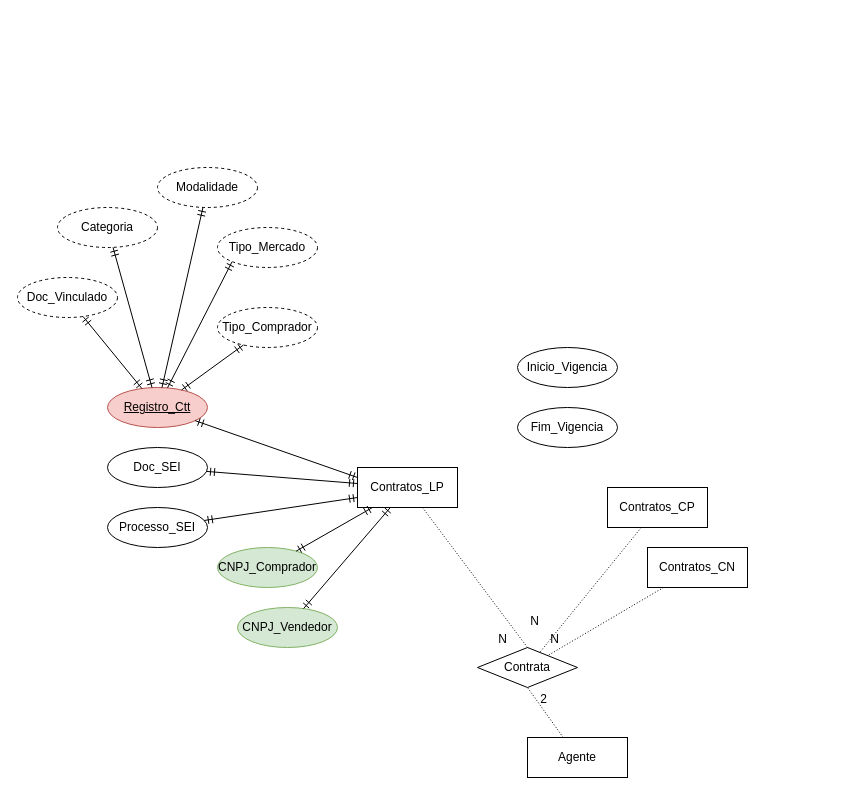
Before: Untitled Diagram.drawio in sinistroman/sinistroman, a draw.io diagram. Source tidied: cells renumbered, new cells numbered last; positions are measured from the earlier drawing's top-left corner, leaving out a move shared by most shapes. Both pictures are drawn from the tidied source at 100%, with x=0, y=0 at pixel (17, 167).
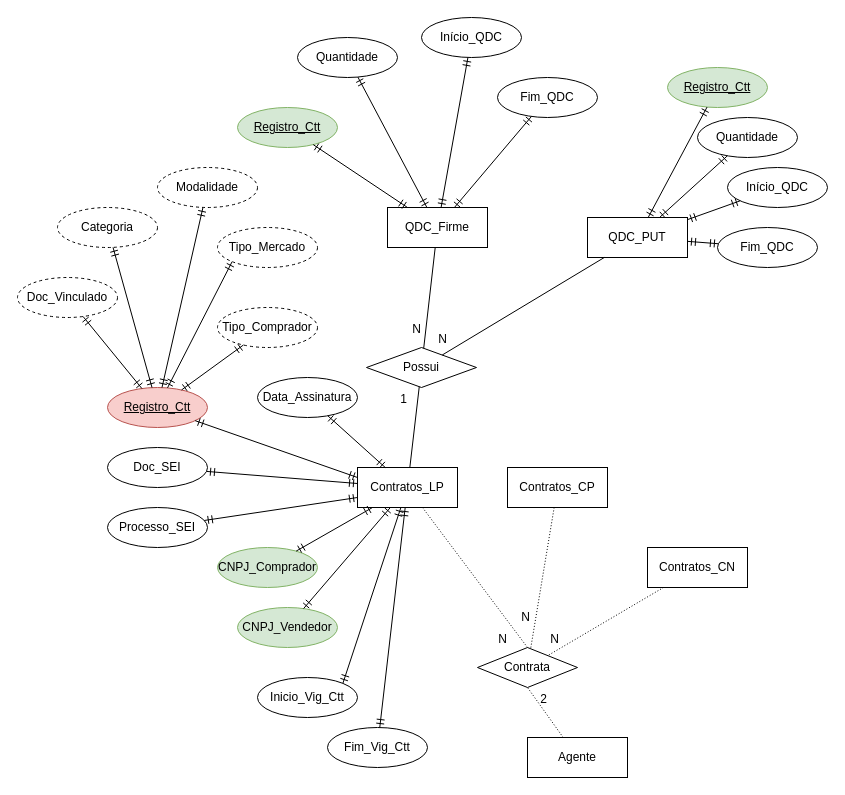
Above is the later version.

Unchanged cells that the change refers to:
```xml
<mxCell id="8" value="Contratos_LP" style="whiteSpace=wrap;html=1;align=center;" parent="1" vertex="1">
  <mxGeometry x="340" y="300" width="100" height="40" as="geometry" />
</mxCell>
```

What changed in the source:
```diff
@@
     <mxCell id="9" value="Contratos_CP" style="whiteSpace=wrap;html=1;align=center;" parent="1" vertex="1">
-      <mxGeometry x="590" y="320" width="100" height="40" as="geometry" />
+      <mxGeometry x="490" y="300" width="100" height="40" as="geometry" />
     </mxCell>
@@
-    <mxCell id="21" value="Inicio_Vigencia" style="ellipse;whiteSpace=wrap;html=1;align=center;" parent="1" vertex="1">
-      <mxGeometry x="500" y="180" width="100" height="40" as="geometry" />
+    <mxCell id="21" value="Inicio_Vig_Ctt" style="ellipse;whiteSpace=wrap;html=1;align=center;" parent="1" vertex="1">
+      <mxGeometry x="240" y="510" width="100" height="40" as="geometry" />
     </mxCell>
-    <mxCell id="22" value="Fim_Vigencia" style="ellipse;whiteSpace=wrap;html=1;align=center;" parent="1" vertex="1">
-      <mxGeometry x="500" y="240" width="100" height="40" as="geometry" />
+    <mxCell id="22" value="Fim_Vig_Ctt" style="ellipse;whiteSpace=wrap;html=1;align=center;" parent="1" vertex="1">
+      <mxGeometry x="310" y="560" width="100" height="40" as="geometry" />
     </mxCell>
@@
+    <mxCell id="37" value="Data_Assinatura" style="ellipse;whiteSpace=wrap;html=1;align=center;" parent="1" vertex="1">
+      <mxGeometry x="240" y="210" width="100" height="40" as="geometry" />
+    </mxCell>
+    <mxCell id="38" style="fontSize=12;html=1;endArrow=ERmandOne;startArrow=ERmandOne;rounded=0;" parent="1" edge="1" source="8" target="37">
+      <mxGeometry relative="1" as="geometry" />
+    </mxCell>
+    <mxCell id="39" value="Possui" style="shape=rhombus;perimeter=rhombusPerimeter;whiteSpace=wrap;html=1;align=center;" parent="1" vertex="1">
+      <mxGeometry x="349" y="180" width="110" height="40" as="geometry" />
+    </mxCell>
+    <mxCell id="40" value="QDC_Firme" style="whiteSpace=wrap;html=1;align=center;" parent="1" vertex="1">
+      <mxGeometry x="370" y="40" width="100" height="40" as="geometry" />
+    </mxCell>
+    <mxCell id="41" value="QDC_PUT" style="whiteSpace=wrap;html=1;align=center;" parent="1" vertex="1">
+      <mxGeometry x="570" y="50" width="100" height="40" as="geometry" />
+    </mxCell>
+    <mxCell id="42" style="fontSize=12;html=1;endArrow=ERmandOne;startArrow=ERmandOne;rounded=0;exitX=1;exitY=0;exitDx=0;exitDy=0;" parent="1" edge="1" source="21" target="8">
+      <mxGeometry relative="1" as="geometry" />
+    </mxCell>
+    <mxCell id="43" style="fontSize=12;html=1;endArrow=ERmandOne;startArrow=ERmandOne;rounded=0;" parent="1" edge="1" source="22" target="8">
+      <mxGeometry relative="1" as="geometry" />
+    </mxCell>
+    <mxCell id="44" style="endArrow=none;html=1;rounded=0;" parent="1" edge="1" source="8" target="39">
+      <mxGeometry relative="1" as="geometry" />
+    </mxCell>
+    <mxCell id="45" value="1" style="html=1;align=right;verticalAlign=bottom;" parent="44" vertex="1">
+      <mxGeometry x="1" relative="1" as="geometry">
+        <mxPoint x="-12" y="20" as="offset" />
+      </mxGeometry>
+    </mxCell>
+    <mxCell id="46" value="Quantidade" style="ellipse;whiteSpace=wrap;html=1;align=center;" parent="1" vertex="1">
+      <mxGeometry x="280" y="-130" width="100" height="40" as="geometry" />
+    </mxCell>
+    <mxCell id="47" value="Registro_Ctt" style="ellipse;whiteSpace=wrap;html=1;align=center;fontStyle=4;fillColor=#d5e8d4;strokeColor=#82b366;" parent="1" vertex="1">
+      <mxGeometry x="220" y="-60" width="100" height="40" as="geometry" />
+    </mxCell>
+    <mxCell id="48" style="fontSize=12;html=1;endArrow=ERmandOne;startArrow=ERmandOne;rounded=0;" parent="1" edge="1" source="40" target="47">
+      <mxGeometry relative="1" as="geometry" />
+    </mxCell>
+    <mxCell id="49" style="endArrow=none;html=1;rounded=0;" parent="1" edge="1" source="40" target="39">
+      <mxGeometry relative="1" as="geometry" />
+    </mxCell>
+    <mxCell id="50" value="N" style="html=1;align=right;verticalAlign=bottom;" parent="49" vertex="1">
+      <mxGeometry x="1" relative="1" as="geometry">
+        <mxPoint x="-2" y="-10" as="offset" />
+      </mxGeometry>
+    </mxCell>
+    <mxCell id="51" value="Início_QDC" style="ellipse;whiteSpace=wrap;html=1;align=center;" parent="1" vertex="1">
+      <mxGeometry x="404" y="-150" width="100" height="40" as="geometry" />
+    </mxCell>
+    <mxCell id="52" value="Fim_QDC" style="ellipse;whiteSpace=wrap;html=1;align=center;" parent="1" vertex="1">
+      <mxGeometry x="480" y="-90" width="100" height="40" as="geometry" />
+    </mxCell>
+    <mxCell id="53" style="fontSize=12;html=1;endArrow=ERmandOne;startArrow=ERmandOne;rounded=0;" parent="1" edge="1" source="40" target="46">
+      <mxGeometry relative="1" as="geometry" />
+    </mxCell>
+    <mxCell id="54" style="fontSize=12;html=1;endArrow=ERmandOne;startArrow=ERmandOne;rounded=0;" parent="1" edge="1" source="40" target="51">
+      <mxGeometry relative="1" as="geometry" />
+    </mxCell>
+    <mxCell id="55" style="fontSize=12;html=1;endArrow=ERmandOne;startArrow=ERmandOne;rounded=0;" parent="1" edge="1" source="40" target="52">
+      <mxGeometry relative="1" as="geometry" />
+    </mxCell>
+    <mxCell id="56" value="Quantidade" style="ellipse;whiteSpace=wrap;html=1;align=center;" parent="1" vertex="1">
+      <mxGeometry x="680" y="-50" width="100" height="40" as="geometry" />
+    </mxCell>
+    <mxCell id="57" value="Registro_Ctt" style="ellipse;whiteSpace=wrap;html=1;align=center;fontStyle=4;fillColor=#d5e8d4;strokeColor=#82b366;" parent="1" vertex="1">
+      <mxGeometry x="650" y="-100" width="100" height="40" as="geometry" />
+    </mxCell>
+    <mxCell id="58" value="Início_QDC" style="ellipse;whiteSpace=wrap;html=1;align=center;" parent="1" vertex="1">
+      <mxGeometry x="710" width="100" height="40" as="geometry" />
+    </mxCell>
+    <mxCell id="59" value="Fim_QDC" style="ellipse;whiteSpace=wrap;html=1;align=center;" parent="1" vertex="1">
+      <mxGeometry x="700" y="60" width="100" height="40" as="geometry" />
+    </mxCell>
+    <mxCell id="60" style="endArrow=none;html=1;rounded=0;" parent="1" edge="1" source="41" target="39">
+      <mxGeometry relative="1" as="geometry" />
+    </mxCell>
+    <mxCell id="61" value="N" style="html=1;align=right;verticalAlign=bottom;" parent="60" vertex="1">
+      <mxGeometry x="1" relative="1" as="geometry">
+        <mxPoint x="5" y="-7" as="offset" />
+      </mxGeometry>
+    </mxCell>
+    <mxCell id="62" style="fontSize=12;html=1;endArrow=ERmandOne;startArrow=ERmandOne;rounded=0;" parent="1" edge="1" source="41" target="57">
+      <mxGeometry relative="1" as="geometry" />
+    </mxCell>
+    <mxCell id="63" style="fontSize=12;html=1;endArrow=ERmandOne;startArrow=ERmandOne;rounded=0;" parent="1" edge="1" source="41" target="56">
+      <mxGeometry relative="1" as="geometry" />
+    </mxCell>
+    <mxCell id="64" style="fontSize=12;html=1;endArrow=ERmandOne;startArrow=ERmandOne;rounded=0;" parent="1" edge="1" source="41" target="58">
+      <mxGeometry relative="1" as="geometry" />
+    </mxCell>
+    <mxCell id="65" style="fontSize=12;html=1;endArrow=ERmandOne;startArrow=ERmandOne;rounded=0;" parent="1" edge="1" source="41" target="59">
+      <mxGeometry relative="1" as="geometry" />
+    </mxCell>
```
